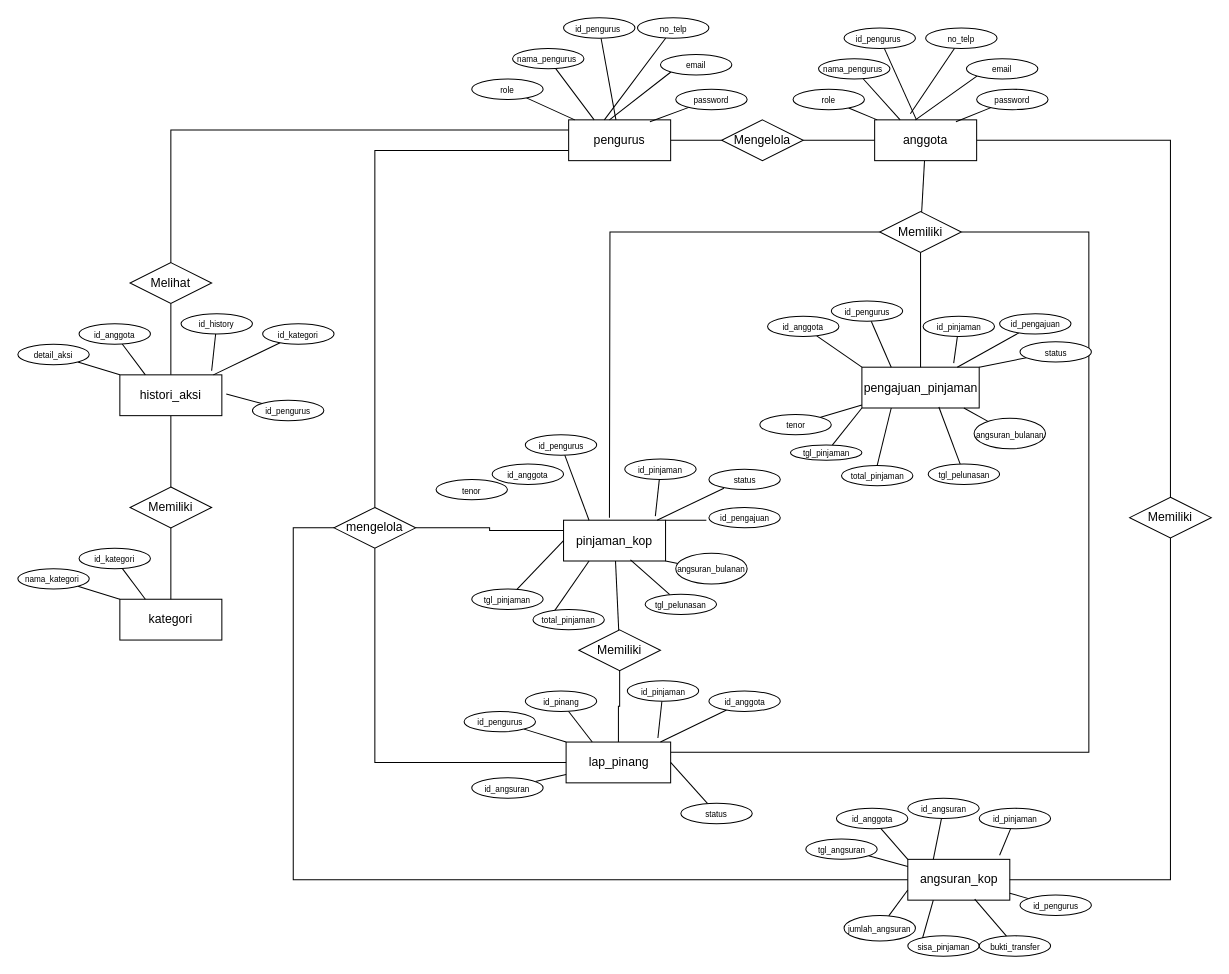
Before: Diagram Tanpa Judul.drawio in choirulhafifi/chocreat, a draw.io diagram. Source tidied: cells renumbered, new cells numbered last; positions are measured from the earlier drawing's top-left corner, leaving out a move shared by most shapes. Both pictures are drawn from the tidied source at 102%, with x=0, y=0 at pixel (17, 17).
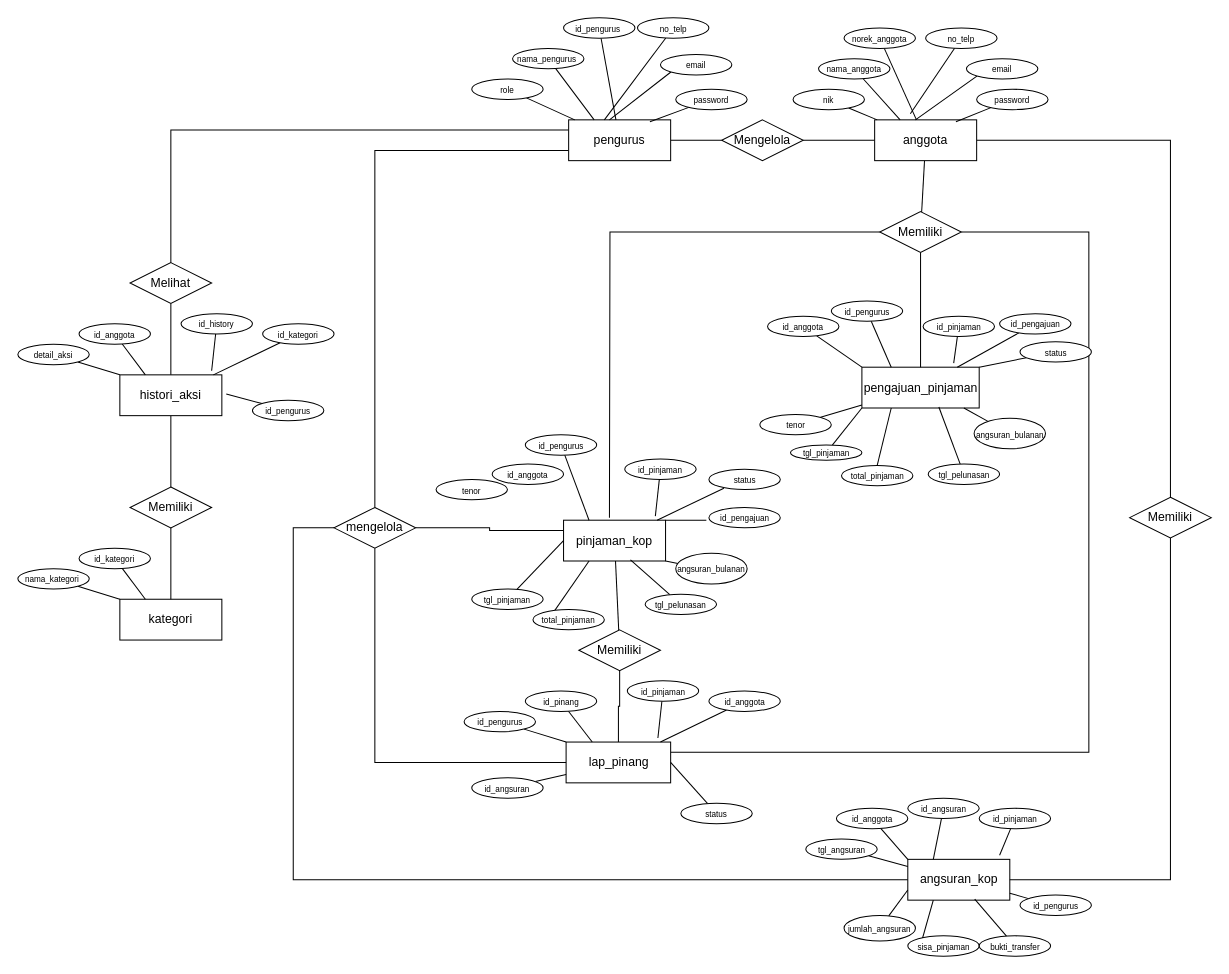
Above is the later version.

Change to the diagram source:
```diff
@@
-    <mxCell id="37" value="&lt;font style=&quot;font-size: 8px;&quot;&gt;id_pengurus&amp;nbsp;&lt;/font&gt;" style="ellipse;whiteSpace=wrap;html=1;align=center;" parent="1" vertex="1">
+    <mxCell id="37" value="&lt;font style=&quot;font-size: 8px;&quot;&gt;norek_anggota&lt;/font&gt;" style="ellipse;whiteSpace=wrap;html=1;align=center;" parent="1" vertex="1">
       <mxGeometry x="810" y="10" width="70" height="20" as="geometry" />
     </mxCell>
@@
-    <mxCell id="41" value="&lt;font style=&quot;font-size: 8px;&quot;&gt;nama_pengurus&amp;nbsp;&lt;/font&gt;" style="ellipse;whiteSpace=wrap;html=1;align=center;" parent="1" vertex="1">
+    <mxCell id="41" value="&lt;font style=&quot;font-size: 8px;&quot;&gt;nama_anggota&lt;/font&gt;" style="ellipse;whiteSpace=wrap;html=1;align=center;" parent="1" vertex="1">
       <mxGeometry x="785" y="40" width="70" height="20" as="geometry" />
     </mxCell>
@@
-    <mxCell id="48" value="&lt;font style=&quot;font-size: 8px;&quot;&gt;role&lt;/font&gt;" style="ellipse;whiteSpace=wrap;html=1;align=center;" parent="1" vertex="1">
+    <mxCell id="48" value="&lt;font style=&quot;font-size: 8px;&quot;&gt;nik&lt;/font&gt;" style="ellipse;whiteSpace=wrap;html=1;align=center;" parent="1" vertex="1">
       <mxGeometry x="760" y="70" width="70" height="20" as="geometry" />
     </mxCell>
```
